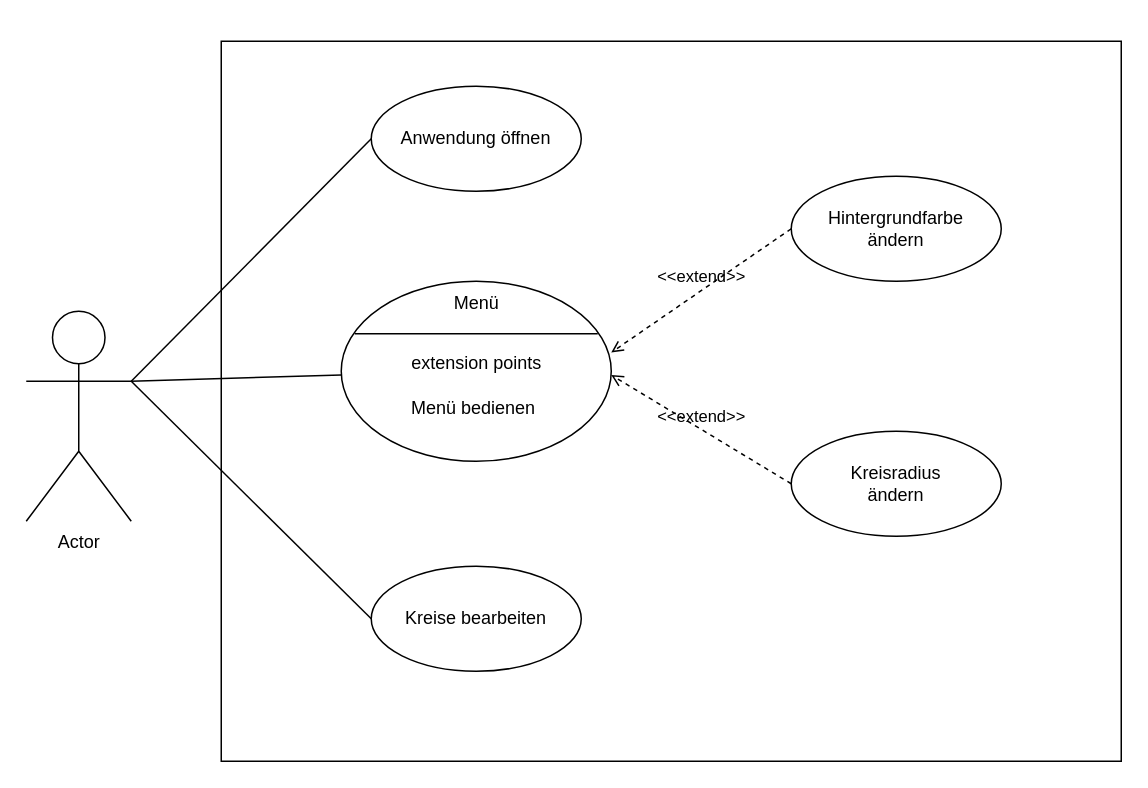
Earlier version of the draw.io diagram UseCase.drawio (MandyMINF/JavaAWT_Aufgabe2_ST). Source tidied: cells renumbered, new cells numbered last; positions are measured from the earlier drawing's top-left corner, leaving out a move shared by most shapes. Both pictures are drawn from the tidied source at 150%, with x=0, y=0 at pixel (26, 40).
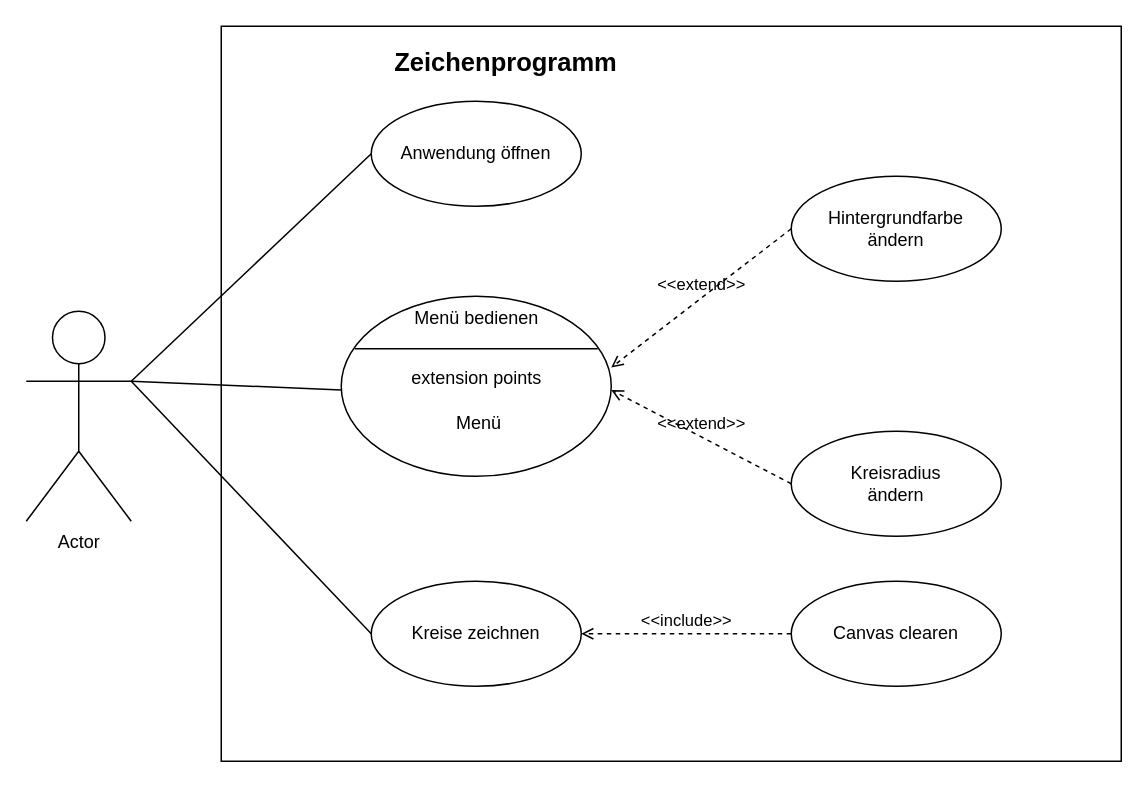
The same diagram, later.

What changed in the source:
```diff
@@
     <mxCell id="2" style="rounded=0;whiteSpace=wrap;html=1;" parent="1" vertex="1">
-      <mxGeometry x="130" width="600" height="480" as="geometry" />
+      <mxGeometry x="130" y="-10" width="600" height="490" as="geometry" />
     </mxCell>
@@
     <mxCell id="4" value="Anwendung öffnen" style="ellipse;whiteSpace=wrap;html=1;" parent="1" vertex="1">
-      <mxGeometry x="230" y="30" width="140" height="70" as="geometry" />
+      <mxGeometry x="230" y="40" width="140" height="70" as="geometry" />
     </mxCell>
@@
-    <mxCell id="7" value="Kreise bearbeiten" style="ellipse;whiteSpace=wrap;html=1;" parent="1" vertex="1">
-      <mxGeometry x="230" y="350" width="140" height="70" as="geometry" />
+    <mxCell id="7" value="Kreise zeichnen" style="ellipse;whiteSpace=wrap;html=1;" parent="1" vertex="1">
+      <mxGeometry x="230" y="360" width="140" height="70" as="geometry" />
     </mxCell>
@@
     <mxCell id="13" style="shape=ellipse;horizontal=1;html=1;dashed=0;" parent="1" vertex="1">
-      <mxGeometry x="210" y="160" width="180" height="120" as="geometry" />
+      <mxGeometry x="210" y="170" width="180" height="120" as="geometry" />
     </mxCell>
-    <mxCell id="14" value="Menü" style="html=1;strokeColor=none;fillColor=none;align=center;verticalAlign=middle;" parent="13" vertex="1">
+    <mxCell id="14" value="Menü bedienen" style="html=1;strokeColor=none;fillColor=none;align=center;verticalAlign=middle;" parent="13" vertex="1">
       <mxGeometry width="180" height="30" as="geometry" />
     </mxCell>
@@
-    <mxCell id="17" value="&lt;div&gt;Menü bedienen&lt;/div&gt;" style="text;html=1;align=left;verticalAlign=middle;spacingLeft=25;fillColor=none;strokeColor=none;" parent="13" vertex="1">
+    <mxCell id="17" value="&lt;div&gt;&amp;nbsp;&amp;nbsp;&amp;nbsp;&amp;nbsp;&amp;nbsp;&amp;nbsp;&amp;nbsp;&amp;nbsp; Menü &lt;br&gt;&lt;/div&gt;" style="text;html=1;align=left;verticalAlign=middle;spacingLeft=25;fillColor=none;strokeColor=none;" parent="13" vertex="1">
       <mxGeometry x="20" y="70" width="180" height="30" as="geometry" />
     </mxCell>
@@
+    <mxCell id="19" value="&lt;div&gt;Canvas clearen&lt;/div&gt;" style="ellipse;whiteSpace=wrap;html=1;" parent="1" vertex="1">
+      <mxGeometry x="510" y="360" width="140" height="70" as="geometry" />
+    </mxCell>
+    <mxCell id="20" value="&amp;lt;&amp;lt;include&amp;gt;&amp;gt;" style="html=1;verticalAlign=bottom;labelBackgroundColor=none;endArrow=open;endFill=0;dashed=1;rounded=0;exitX=0;exitY=0.5;exitDx=0;exitDy=0;entryX=1;entryY=0.5;entryDx=0;entryDy=0;" parent="1" edge="1" source="19" target="7">
+      <mxGeometry relative="1" as="geometry" />
+    </mxCell>
+    <mxCell id="21" value="&lt;b&gt;&lt;font style=&quot;font-size: 17px;&quot;&gt;Zeichenprogramm&lt;/font&gt;&lt;/b&gt;" style="text;html=1;strokeColor=none;fillColor=none;align=center;verticalAlign=middle;whiteSpace=wrap;rounded=0;" parent="1" vertex="1">
+      <mxGeometry x="170" width="300" height="30" as="geometry" />
+    </mxCell>
```
